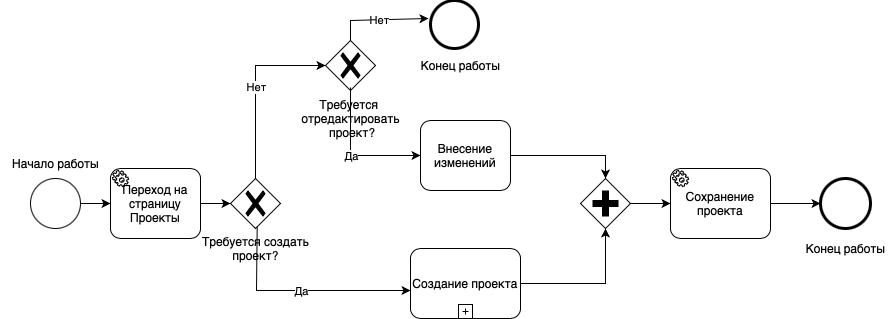
This is images/WorkProjectPage.png from DibrovDru/Architecture.1, a draw.io export, as it was before one commit. Source tidied: cells renumbered, new cells last; positions are measured from the earlier drawing's top-left corner, leaving out a move shared by most shapes. Source of this version:
```xml
<mxGraphModel>
  <root>
    <mxCell id="0" />
    <mxCell id="1" parent="0" />
    <mxCell id="2" style="edgeStyle=orthogonalEdgeStyle;rounded=0;jettySize=auto;html=1;entryX=0;entryY=0.5;entryDx=0;entryDy=0;entryPerimeter=0;" parent="1" edge="1" source="3" target="30">
      <mxGeometry relative="1" as="geometry" />
    </mxCell>
    <mxCell id="3" style="points=[[0.145,0.145,0],[0.5,0,0],[0.855,0.145,0],[1,0.5,0],[0.855,0.855,0],[0.5,1,0],[0.145,0.855,0],[0,0.5,0]];shape=mxgraph.bpmn.event;html=1;verticalLabelPosition=bottom;labelBackgroundColor=#ffffff;verticalAlign=top;align=center;perimeter=ellipsePerimeter;outlineConnect=0;outline=standard;symbol=general;" parent="1" vertex="1">
      <mxGeometry x="30" y="178" width="50" height="50" as="geometry" />
    </mxCell>
    <mxCell id="4" value="Начало работы" style="text;html=1;align=center;verticalAlign=middle;strokeColor=none;fillColor=none;" parent="1" vertex="1">
      <mxGeometry y="148" width="110" height="30" as="geometry" />
    </mxCell>
    <mxCell id="5" style="edgeStyle=orthogonalEdgeStyle;rounded=0;jettySize=auto;html=1;entryX=0;entryY=0.5;entryDx=0;entryDy=0;entryPerimeter=0;" parent="1" edge="1" target="6">
      <mxGeometry relative="1" as="geometry">
        <mxPoint x="194" y="203" as="sourcePoint" />
      </mxGeometry>
    </mxCell>
    <mxCell id="6" style="points=[[0.25,0.25,0],[0.5,0,0],[0.75,0.25,0],[1,0.5,0],[0.75,0.75,0],[0.5,1,0],[0.25,0.75,0],[0,0.5,0]];shape=mxgraph.bpmn.gateway2;html=1;verticalLabelPosition=bottom;labelBackgroundColor=#ffffff;verticalAlign=top;align=center;perimeter=rhombusPerimeter;outlineConnect=0;outline=none;symbol=none;gwType=exclusive;" parent="1" vertex="1">
      <mxGeometry x="230" y="178" width="50" height="50" as="geometry" />
    </mxCell>
    <mxCell id="7" value="Требуется создать &lt;br&gt;проект?" style="text;html=1;align=center;verticalAlign=middle;points=[];strokeColor=none;fillColor=none;" parent="1" vertex="1">
      <mxGeometry x="190" y="228" width="130" height="40" as="geometry" />
    </mxCell>
    <mxCell id="8" style="endArrow=classic;html=1;rounded=0;exitX=0.5;exitY=0;exitDx=0;exitDy=0;exitPerimeter=0;entryX=0;entryY=0.5;entryDx=0;entryDy=0;entryPerimeter=0;" parent="1" edge="1" source="6" target="17">
      <mxGeometry relative="1" as="geometry">
        <Array as="points">
          <mxPoint x="255" y="65" />
        </Array>
      </mxGeometry>
    </mxCell>
    <mxCell id="9" value="Нет" style="edgeLabel;html=1;align=center;verticalAlign=middle;" parent="8" vertex="1">
      <mxGeometry relative="1" as="geometry" />
    </mxCell>
    <mxCell id="10" style="endArrow=classic;html=1;rounded=0;exitX=0.513;exitY=-0.05;exitDx=0;exitDy=0;exitPerimeter=0;entryX=0;entryY=0.6;entryDx=0;entryDy=0;entryPerimeter=0;" parent="1" edge="1" source="7" target="19">
      <mxGeometry relative="1" as="geometry">
        <Array as="points">
          <mxPoint x="256" y="290" />
        </Array>
      </mxGeometry>
    </mxCell>
    <mxCell id="11" value="Да" style="edgeLabel;html=1;align=center;verticalAlign=middle;" parent="10" vertex="1">
      <mxGeometry relative="1" as="geometry" />
    </mxCell>
    <mxCell id="12" style="edgeStyle=orthogonalEdgeStyle;rounded=0;jettySize=auto;html=1;exitX=1;exitY=0.5;exitDx=0;exitDy=0;exitPerimeter=0;" parent="1" edge="1" source="25" target="15">
      <mxGeometry relative="1" as="geometry" />
    </mxCell>
    <mxCell id="13" style="points=[[0.25,0.25,0],[0.5,0,0],[0.75,0.25,0],[1,0.5,0],[0.75,0.75,0],[0.5,1,0],[0.25,0.75,0],[0,0.5,0]];shape=mxgraph.bpmn.gateway2;html=1;verticalLabelPosition=bottom;labelBackgroundColor=#ffffff;verticalAlign=top;align=center;perimeter=rhombusPerimeter;outlineConnect=0;outline=none;symbol=none;gwType=parallel;" parent="1" vertex="1">
      <mxGeometry x="580" y="178" width="50" height="50" as="geometry" />
    </mxCell>
    <mxCell id="14" style="endArrow=classic;html=1;rounded=0;exitX=1;exitY=0.5;exitDx=0;exitDy=0;exitPerimeter=0;entryX=0.5;entryY=1;entryDx=0;entryDy=0;entryPerimeter=0;" parent="1" edge="1" source="19" target="13">
      <mxGeometry relative="1" as="geometry">
        <Array as="points">
          <mxPoint x="605" y="283" />
        </Array>
      </mxGeometry>
    </mxCell>
    <mxCell id="15" style="points=[[0.145,0.145,0],[0.5,0,0],[0.855,0.145,0],[1,0.5,0],[0.855,0.855,0],[0.5,1,0],[0.145,0.855,0],[0,0.5,0]];shape=mxgraph.bpmn.event;html=1;verticalLabelPosition=bottom;labelBackgroundColor=#ffffff;verticalAlign=top;align=center;perimeter=ellipsePerimeter;outlineConnect=0;outline=end;symbol=terminate2;" parent="1" vertex="1">
      <mxGeometry x="820" y="178" width="50" height="50" as="geometry" />
    </mxCell>
    <mxCell id="16" value="Конец работы" style="text;html=1;align=center;verticalAlign=middle;strokeColor=none;fillColor=none;" parent="1" vertex="1">
      <mxGeometry x="795" y="233" width="100" height="30" as="geometry" />
    </mxCell>
    <mxCell id="17" style="points=[[0.25,0.25,0],[0.5,0,0],[0.75,0.25,0],[1,0.5,0],[0.75,0.75,0],[0.5,1,0],[0.25,0.75,0],[0,0.5,0]];shape=mxgraph.bpmn.gateway2;html=1;verticalLabelPosition=bottom;labelBackgroundColor=#ffffff;verticalAlign=top;align=center;perimeter=rhombusPerimeter;outlineConnect=0;outline=none;symbol=none;gwType=exclusive;" parent="1" vertex="1">
      <mxGeometry x="325" y="40" width="50" height="50" as="geometry" />
    </mxCell>
    <mxCell id="18" value="Требуется &lt;br&gt;отредактировать&lt;br&gt;&amp;nbsp;проект?" style="text;html=1;align=center;verticalAlign=middle;points=[];strokeColor=none;fillColor=none;" parent="1" vertex="1">
      <mxGeometry x="290" y="88" width="120" height="60" as="geometry" />
    </mxCell>
    <mxCell id="19" value="Создание проекта" style="points=[[0.25,0,0],[0.5,0,0],[0.75,0,0],[1,0.25,0],[1,0.5,0],[1,0.75,0],[0.75,1,0],[0.5,1,0],[0.25,1,0],[0,0.75,0],[0,0.5,0],[0,0.25,0]];shape=mxgraph.bpmn.task;whiteSpace=wrap;rectStyle=rounded;size=10;html=1;taskMarker=abstract;isLoopSub=1;" parent="1" vertex="1">
      <mxGeometry x="410" y="248" width="110" height="70" as="geometry" />
    </mxCell>
    <mxCell id="20" style="endArrow=classic;html=1;rounded=0;exitX=0.5;exitY=0;exitDx=0;exitDy=0;exitPerimeter=0;entryX=-0.042;entryY=0.375;entryDx=0;entryDy=0;entryPerimeter=0;" parent="1" edge="1" source="17" target="26">
      <mxGeometry relative="1" as="geometry">
        <Array as="points">
          <mxPoint x="350" y="20" />
        </Array>
      </mxGeometry>
    </mxCell>
    <mxCell id="21" value="Нет" style="edgeLabel;html=1;align=center;verticalAlign=middle;" parent="20" vertex="1">
      <mxGeometry relative="1" as="geometry" />
    </mxCell>
    <mxCell id="22" style="endArrow=classic;html=1;rounded=0;exitX=0.5;exitY=-0.017;exitDx=0;exitDy=0;exitPerimeter=0;entryX=0;entryY=0.5;entryDx=0;entryDy=0;entryPerimeter=0;" parent="1" edge="1" source="18" target="24">
      <mxGeometry relative="1" as="geometry">
        <Array as="points">
          <mxPoint x="350" y="155" />
        </Array>
      </mxGeometry>
    </mxCell>
    <mxCell id="23" value="Да" style="edgeLabel;html=1;align=center;verticalAlign=middle;" parent="22" vertex="1">
      <mxGeometry relative="1" as="geometry" />
    </mxCell>
    <mxCell id="24" value="Внесение изменений" style="points=[[0.25,0,0],[0.5,0,0],[0.75,0,0],[1,0.25,0],[1,0.5,0],[1,0.75,0],[0.75,1,0],[0.5,1,0],[0.25,1,0],[0,0.75,0],[0,0.5,0],[0,0.25,0]];shape=mxgraph.bpmn.task;whiteSpace=wrap;rectStyle=rounded;size=10;html=1;taskMarker=abstract;" parent="1" vertex="1">
      <mxGeometry x="420" y="120" width="90" height="70" as="geometry" />
    </mxCell>
    <mxCell id="25" value="Сохранение проекта" style="points=[[0.25,0,0],[0.5,0,0],[0.75,0,0],[1,0.25,0],[1,0.5,0],[1,0.75,0],[0.75,1,0],[0.5,1,0],[0.25,1,0],[0,0.75,0],[0,0.5,0],[0,0.25,0]];shape=mxgraph.bpmn.task;whiteSpace=wrap;rectStyle=rounded;size=10;html=1;taskMarker=service;" parent="1" vertex="1">
      <mxGeometry x="670" y="168" width="100" height="70" as="geometry" />
    </mxCell>
    <mxCell id="26" style="points=[[0.145,0.145,0],[0.5,0,0],[0.855,0.145,0],[1,0.5,0],[0.855,0.855,0],[0.5,1,0],[0.145,0.855,0],[0,0.5,0]];shape=mxgraph.bpmn.event;html=1;verticalLabelPosition=bottom;labelBackgroundColor=#ffffff;verticalAlign=top;align=center;perimeter=ellipsePerimeter;outlineConnect=0;outline=end;symbol=terminate2;" parent="1" vertex="1">
      <mxGeometry x="430" width="48" height="48" as="geometry" />
    </mxCell>
    <mxCell id="27" value="Конец работы" style="text;html=1;align=center;verticalAlign=middle;strokeColor=none;fillColor=none;" parent="1" vertex="1">
      <mxGeometry x="410" y="50" width="100" height="30" as="geometry" />
    </mxCell>
    <mxCell id="28" style="endArrow=classic;html=1;rounded=0;exitX=1;exitY=0.5;exitDx=0;exitDy=0;exitPerimeter=0;entryX=0.5;entryY=0;entryDx=0;entryDy=0;entryPerimeter=0;" parent="1" edge="1" source="24" target="13">
      <mxGeometry relative="1" as="geometry">
        <Array as="points">
          <mxPoint x="605" y="155" />
        </Array>
      </mxGeometry>
    </mxCell>
    <mxCell id="29" style="endArrow=classic;html=1;rounded=0;exitX=1;exitY=0.5;exitDx=0;exitDy=0;exitPerimeter=0;entryX=0;entryY=0.5;entryDx=0;entryDy=0;entryPerimeter=0;" parent="1" edge="1" source="13" target="25">
      <mxGeometry relative="1" as="geometry" />
    </mxCell>
    <mxCell id="30" value="Переход на страницу Проекты" style="points=[[0.25,0,0],[0.5,0,0],[0.75,0,0],[1,0.25,0],[1,0.5,0],[1,0.75,0],[0.75,1,0],[0.5,1,0],[0.25,1,0],[0,0.75,0],[0,0.5,0],[0,0.25,0]];shape=mxgraph.bpmn.task;whiteSpace=wrap;rectStyle=rounded;size=10;html=1;taskMarker=service;" parent="1" vertex="1">
      <mxGeometry x="110" y="168" width="90" height="70" as="geometry" />
    </mxCell>
  </root>
</mxGraphModel>
```
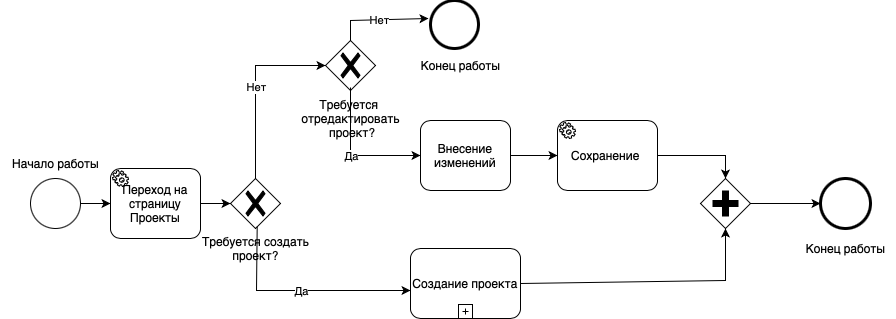
After the commit.

Change to the diagram source:
```diff
@@ -42,16 +42,16 @@
     <mxCell id="11" value="Да" style="edgeLabel;html=1;align=center;verticalAlign=middle;" parent="10" vertex="1">
       <mxGeometry relative="1" as="geometry" />
     </mxCell>
-    <mxCell id="12" style="edgeStyle=orthogonalEdgeStyle;rounded=0;jettySize=auto;html=1;exitX=1;exitY=0.5;exitDx=0;exitDy=0;exitPerimeter=0;" parent="1" edge="1" source="25" target="15">
+    <mxCell id="12" style="edgeStyle=orthogonalEdgeStyle;rounded=0;jettySize=auto;html=1;exitX=1;exitY=0.5;exitDx=0;exitDy=0;exitPerimeter=0;entryX=0.5;entryY=0;entryDx=0;entryDy=0;entryPerimeter=0;" parent="1" edge="1" source="25" target="13">
       <mxGeometry relative="1" as="geometry" />
     </mxCell>
     <mxCell id="13" style="points=[[0.25,0.25,0],[0.5,0,0],[0.75,0.25,0],[1,0.5,0],[0.75,0.75,0],[0.5,1,0],[0.25,0.75,0],[0,0.5,0]];shape=mxgraph.bpmn.gateway2;html=1;verticalLabelPosition=bottom;labelBackgroundColor=#ffffff;verticalAlign=top;align=center;perimeter=rhombusPerimeter;outlineConnect=0;outline=none;symbol=none;gwType=parallel;" parent="1" vertex="1">
-      <mxGeometry x="580" y="178" width="50" height="50" as="geometry" />
+      <mxGeometry x="700" y="178" width="50" height="50" as="geometry" />
     </mxCell>
     <mxCell id="14" style="endArrow=classic;html=1;rounded=0;exitX=1;exitY=0.5;exitDx=0;exitDy=0;exitPerimeter=0;entryX=0.5;entryY=1;entryDx=0;entryDy=0;entryPerimeter=0;" parent="1" edge="1" source="19" target="13">
       <mxGeometry relative="1" as="geometry">
         <Array as="points">
-          <mxPoint x="605" y="283" />
+          <mxPoint x="725" y="280" />
         </Array>
       </mxGeometry>
     </mxCell>
@@ -93,8 +93,8 @@
     <mxCell id="24" value="Внесение изменений" style="points=[[0.25,0,0],[0.5,0,0],[0.75,0,0],[1,0.25,0],[1,0.5,0],[1,0.75,0],[0.75,1,0],[0.5,1,0],[0.25,1,0],[0,0.75,0],[0,0.5,0],[0,0.25,0]];shape=mxgraph.bpmn.task;whiteSpace=wrap;rectStyle=rounded;size=10;html=1;taskMarker=abstract;" parent="1" vertex="1">
       <mxGeometry x="420" y="120" width="90" height="70" as="geometry" />
     </mxCell>
-    <mxCell id="25" value="Сохранение проекта" style="points=[[0.25,0,0],[0.5,0,0],[0.75,0,0],[1,0.25,0],[1,0.5,0],[1,0.75,0],[0.75,1,0],[0.5,1,0],[0.25,1,0],[0,0.75,0],[0,0.5,0],[0,0.25,0]];shape=mxgraph.bpmn.task;whiteSpace=wrap;rectStyle=rounded;size=10;html=1;taskMarker=service;" parent="1" vertex="1">
-      <mxGeometry x="670" y="168" width="100" height="70" as="geometry" />
+    <mxCell id="25" value="Сохранение&amp;nbsp;" style="points=[[0.25,0,0],[0.5,0,0],[0.75,0,0],[1,0.25,0],[1,0.5,0],[1,0.75,0],[0.75,1,0],[0.5,1,0],[0.25,1,0],[0,0.75,0],[0,0.5,0],[0,0.25,0]];shape=mxgraph.bpmn.task;whiteSpace=wrap;rectStyle=rounded;size=10;html=1;taskMarker=service;" parent="1" vertex="1">
+      <mxGeometry x="557" y="120" width="100" height="70" as="geometry" />
     </mxCell>
     <mxCell id="26" style="points=[[0.145,0.145,0],[0.5,0,0],[0.855,0.145,0],[1,0.5,0],[0.855,0.855,0],[0.5,1,0],[0.145,0.855,0],[0,0.5,0]];shape=mxgraph.bpmn.event;html=1;verticalLabelPosition=bottom;labelBackgroundColor=#ffffff;verticalAlign=top;align=center;perimeter=ellipsePerimeter;outlineConnect=0;outline=end;symbol=terminate2;" parent="1" vertex="1">
       <mxGeometry x="430" width="48" height="48" as="geometry" />
@@ -102,14 +102,10 @@
     <mxCell id="27" value="Конец работы" style="text;html=1;align=center;verticalAlign=middle;strokeColor=none;fillColor=none;" parent="1" vertex="1">
       <mxGeometry x="410" y="50" width="100" height="30" as="geometry" />
     </mxCell>
-    <mxCell id="28" style="endArrow=classic;html=1;rounded=0;exitX=1;exitY=0.5;exitDx=0;exitDy=0;exitPerimeter=0;entryX=0.5;entryY=0;entryDx=0;entryDy=0;entryPerimeter=0;" parent="1" edge="1" source="24" target="13">
-      <mxGeometry relative="1" as="geometry">
-        <Array as="points">
-          <mxPoint x="605" y="155" />
-        </Array>
-      </mxGeometry>
+    <mxCell id="28" style="endArrow=classic;html=1;rounded=0;exitX=1;exitY=0.5;exitDx=0;exitDy=0;exitPerimeter=0;entryX=0;entryY=0.5;entryDx=0;entryDy=0;entryPerimeter=0;" parent="1" edge="1" source="24" target="25">
+      <mxGeometry relative="1" as="geometry" />
     </mxCell>
-    <mxCell id="29" style="endArrow=classic;html=1;rounded=0;exitX=1;exitY=0.5;exitDx=0;exitDy=0;exitPerimeter=0;entryX=0;entryY=0.5;entryDx=0;entryDy=0;entryPerimeter=0;" parent="1" edge="1" source="13" target="25">
+    <mxCell id="29" style="endArrow=classic;html=1;rounded=0;exitX=1;exitY=0.5;exitDx=0;exitDy=0;exitPerimeter=0;entryX=0;entryY=0.5;entryDx=0;entryDy=0;entryPerimeter=0;" parent="1" edge="1" source="13" target="15">
       <mxGeometry relative="1" as="geometry" />
     </mxCell>
     <mxCell id="30" value="Переход на страницу Проекты" style="points=[[0.25,0,0],[0.5,0,0],[0.75,0,0],[1,0.25,0],[1,0.5,0],[1,0.75,0],[0.75,1,0],[0.5,1,0],[0.25,1,0],[0,0.75,0],[0,0.5,0],[0,0.25,0]];shape=mxgraph.bpmn.task;whiteSpace=wrap;rectStyle=rounded;size=10;html=1;taskMarker=service;" parent="1" vertex="1">
```
